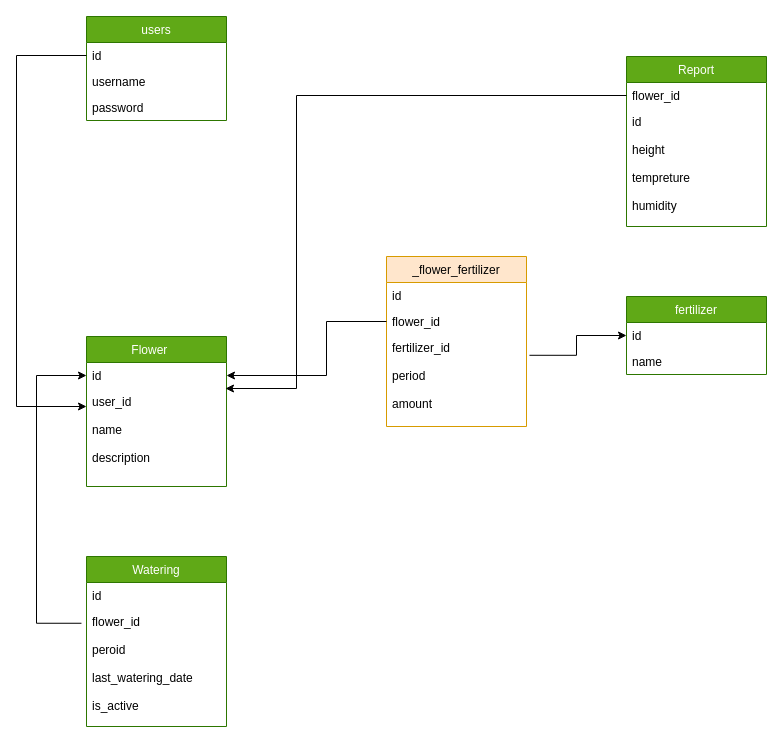
This is Pot_Flow_Chart.drawio from ahmadabd/pot, a draw.io file, before an edit. Source tidied: cells renumbered, new cells numbered last; positions are measured from the earlier drawing's top-left corner, leaving out a move shared by most shapes. Both pictures are drawn from the tidied source at 100%, with x=0, y=0 at pixel (16, 16).
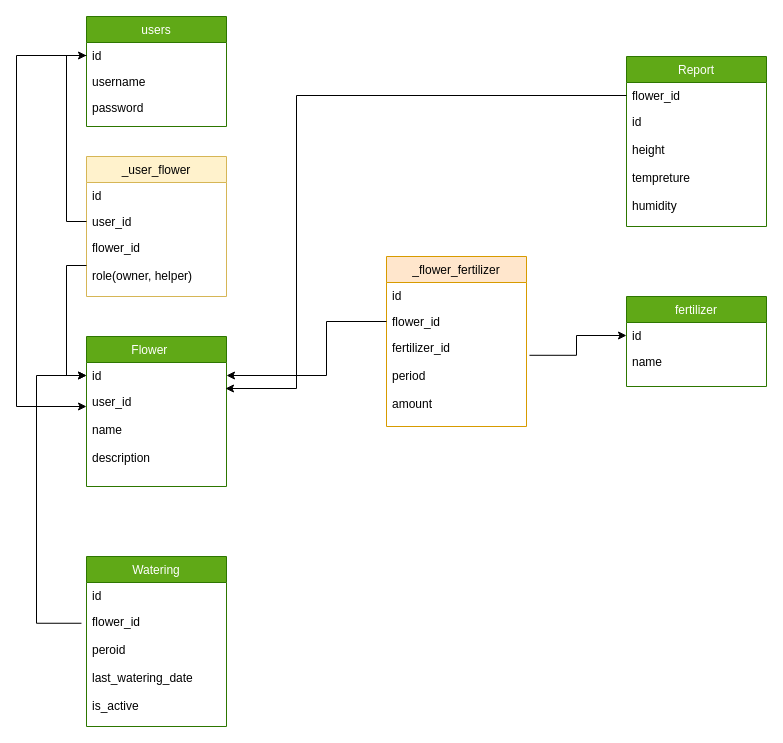
After the change.

Commit message (it also covers changes not shown here):
add user_flower table

Unchanged cells that the change refers to:
```xml
<mxCell id="3" value="id&#10;&#10;&#10;user_id&#10;&#10;&#10;&#10;" style="text;strokeColor=none;fillColor=none;align=left;verticalAlign=top;spacingLeft=4;spacingRight=4;overflow=hidden;points=[[0,0.5],[1,0.5]];portConstraint=eastwest;" parent="2" vertex="1">
  <mxGeometry y="26" width="140" height="26" as="geometry" />
</mxCell>
<mxCell id="23" value="id" style="text;strokeColor=none;fillColor=none;align=left;verticalAlign=top;spacingLeft=4;spacingRight=4;overflow=hidden;points=[[0,0.5],[1,0.5]];portConstraint=eastwest;" parent="22" vertex="1">
  <mxGeometry y="26" width="140" height="26" as="geometry" />
</mxCell>
```

Diff of the diagram source:
```diff
@@
     <mxCell id="12" value="fertilizer" style="swimlane;fontStyle=0;horizontal=1;startSize=26;fillColor=#60a917;strokeColor=#2D7600;fontColor=#ffffff;" parent="1" vertex="1">
-      <mxGeometry x="610" y="280" width="140" height="78" as="geometry" />
+      <mxGeometry x="610" y="280" width="140" height="90" as="geometry" />
     </mxCell>
@@
     <mxCell id="14" value="name" style="text;strokeColor=none;fillColor=none;align=left;verticalAlign=top;spacingLeft=4;spacingRight=4;overflow=hidden;" parent="12" vertex="1">
-      <mxGeometry y="52" width="140" height="26" as="geometry" />
+      <mxGeometry y="52" width="140" height="38" as="geometry" />
     </mxCell>
@@
     <mxCell id="22" value="users" style="swimlane;fontStyle=0;horizontal=1;startSize=26;fillColor=#60a917;fontColor=#ffffff;strokeColor=#2D7600;" parent="1" vertex="1">
-      <mxGeometry x="70" width="140" height="104" as="geometry" />
+      <mxGeometry x="70" width="140" height="110" as="geometry" />
     </mxCell>
@@
     <mxCell id="25" value="password" style="text;strokeColor=none;fillColor=none;align=left;verticalAlign=top;spacingLeft=4;spacingRight=4;overflow=hidden;" parent="22" vertex="1">
-      <mxGeometry y="78" width="140" height="26" as="geometry" />
+      <mxGeometry y="78" width="140" height="32" as="geometry" />
     </mxCell>
@@
+    <mxCell id="28" value="_user_flower" style="swimlane;fontStyle=0;horizontal=1;startSize=26;fillColor=#fff2cc;strokeColor=#d6b656;" parent="1" vertex="1">
+      <mxGeometry x="70" y="140" width="140" height="140" as="geometry" />
+    </mxCell>
+    <mxCell id="29" value="id" style="text;strokeColor=none;fillColor=none;align=left;verticalAlign=top;spacingLeft=4;spacingRight=4;overflow=hidden;" parent="28" vertex="1">
+      <mxGeometry y="26" width="140" height="26" as="geometry" />
+    </mxCell>
+    <mxCell id="30" value="user_id" style="text;strokeColor=none;fillColor=none;align=left;verticalAlign=top;spacingLeft=4;spacingRight=4;overflow=hidden;points=[[0,0.5],[1,0.5]];portConstraint=eastwest;" parent="28" vertex="1">
+      <mxGeometry y="52" width="140" height="26" as="geometry" />
+    </mxCell>
+    <mxCell id="31" value="flower_id&#10;&#10;role(owner, helper)&#10;" style="text;strokeColor=none;fillColor=none;align=left;verticalAlign=top;spacingLeft=4;spacingRight=4;overflow=hidden;points=[[0,0.5],[1,0.5]];portConstraint=eastwest;" parent="28" vertex="1">
+      <mxGeometry y="78" width="140" height="62" as="geometry" />
+    </mxCell>
+    <mxCell id="32" style="edgeStyle=orthogonalEdgeStyle;rounded=0;jettySize=auto;html=1;entryX=0;entryY=0.5;entryDx=0;entryDy=0;" parent="1" edge="1" source="30" target="23">
+      <mxGeometry relative="1" as="geometry" />
+    </mxCell>
+    <mxCell id="33" style="edgeStyle=orthogonalEdgeStyle;rounded=0;jettySize=auto;html=1;exitX=0;exitY=0.5;exitDx=0;exitDy=0;entryX=0;entryY=0.5;entryDx=0;entryDy=0;" parent="1" edge="1" source="31" target="3">
+      <mxGeometry relative="1" as="geometry" />
+    </mxCell>
```
